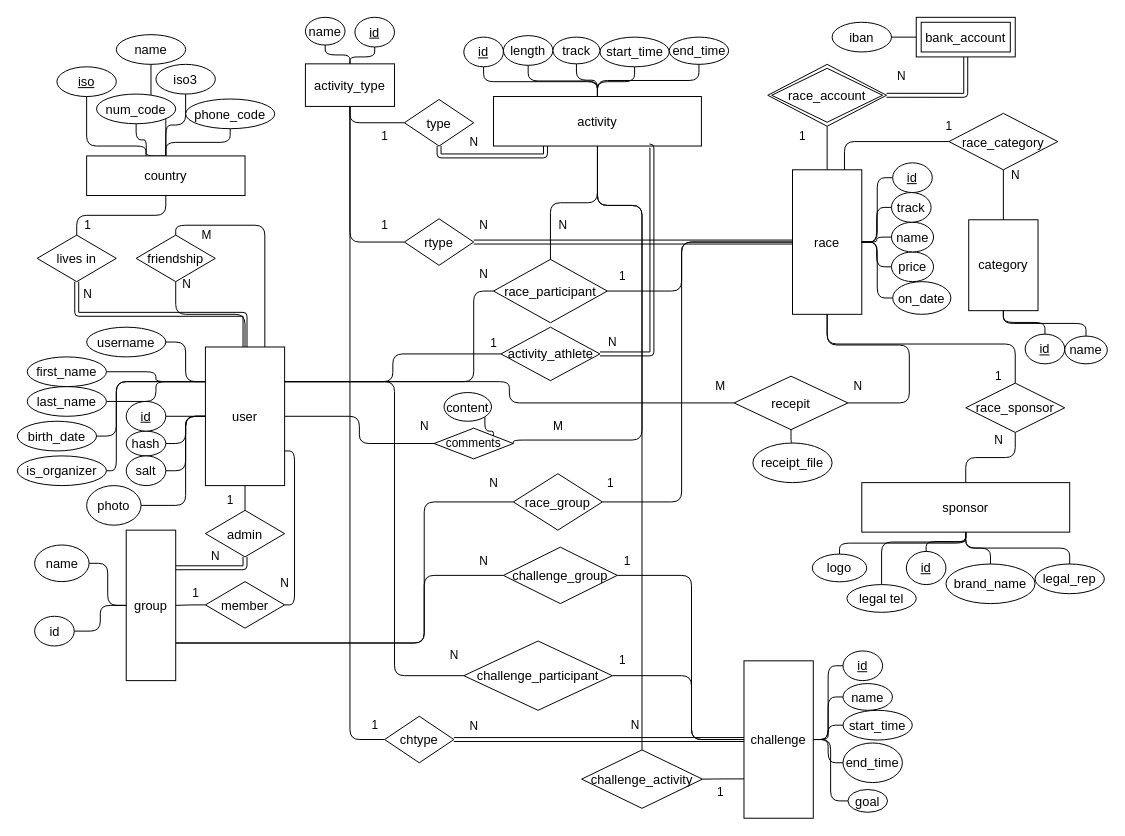
This is page "Conceptual" (3 of 3) of docs/diagramas.drawio from itcr3442/CE3101-StraviaTec, a draw.io file, before an edit. Source tidied: cells renumbered, new cells numbered last; positions are measured from the earlier drawing's top-left corner, leaving out a move shared by most shapes. Both pictures are drawn from the tidied source at 99%, with x=0, y=0 at pixel (17, 17).
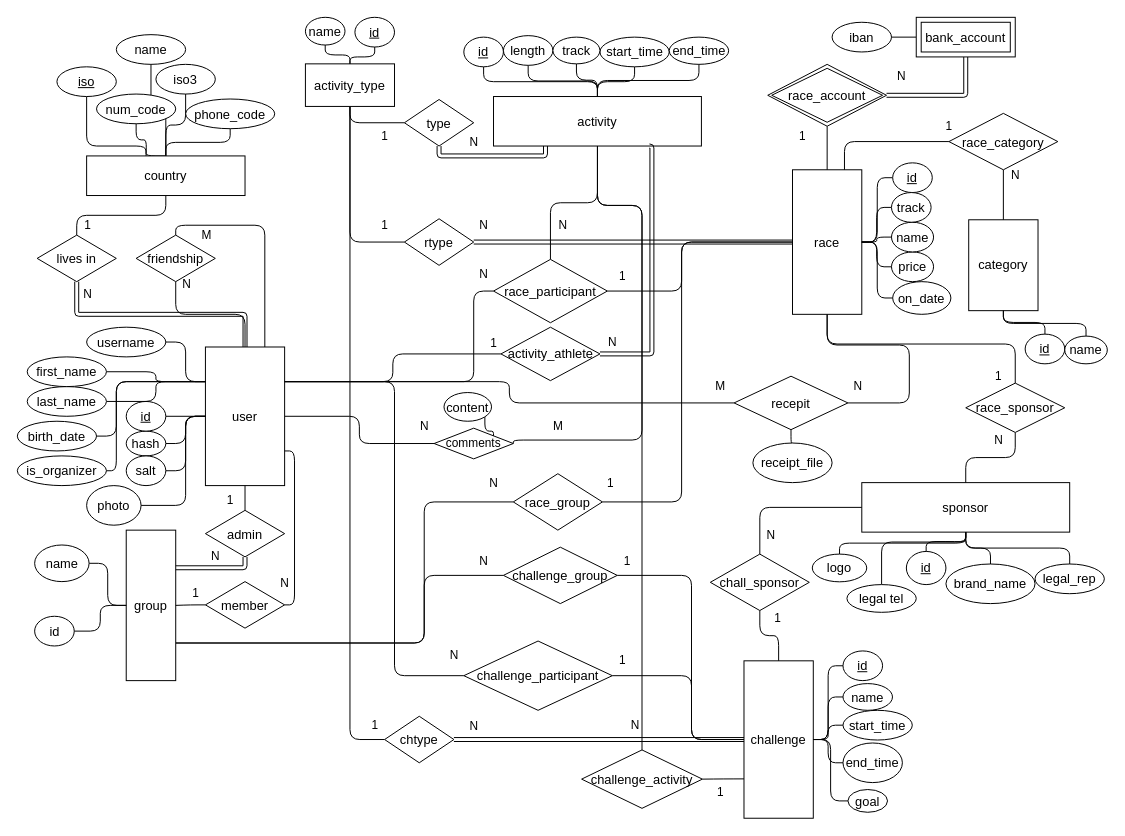
Above is the later version.

Unchanged cells that the change refers to:
```xml
<mxCell id="64" value="sponsor" style="rounded=0;whiteSpace=wrap;html=1;fontSize=13;" parent="1" vertex="1">
  <mxGeometry x="853" y="470" width="210" height="50" as="geometry" />
</mxCell>
<mxCell id="68" value="challenge" style="rounded=0;whiteSpace=wrap;html=1;fontSize=13;" parent="1" vertex="1">
  <mxGeometry x="734" y="650" width="70" height="159" as="geometry" />
</mxCell>
```

Change to the diagram source:
```diff
@@
+    <mxCell id="190" style="edgeStyle=orthogonalEdgeStyle;html=1;exitX=0.5;exitY=1;exitDx=0;exitDy=0;entryX=0.5;entryY=0;entryDx=0;entryDy=0;endArrow=none;endFill=0;" parent="1" edge="1" source="192" target="68">
+      <mxGeometry relative="1" as="geometry" />
+    </mxCell>
+    <mxCell id="191" style="edgeStyle=orthogonalEdgeStyle;html=1;exitX=0.5;exitY=0;exitDx=0;exitDy=0;entryX=0;entryY=0.5;entryDx=0;entryDy=0;endArrow=none;endFill=0;" parent="1" edge="1" source="192" target="64">
+      <mxGeometry relative="1" as="geometry" />
+    </mxCell>
+    <mxCell id="192" value="chall_sponsor" style="shape=rhombus;perimeter=rhombusPerimeter;whiteSpace=wrap;html=1;align=center;shadow=0;fontSize=13;strokeColor=default;gradientColor=none;" parent="1" vertex="1">
+      <mxGeometry x="700" y="542.2" width="100" height="57" as="geometry" />
+    </mxCell>
+    <mxCell id="193" value="N" style="text;html=1;align=center;verticalAlign=middle;strokeColor=none;fillColor=none;" parent="1" vertex="1">
+      <mxGeometry x="751" y="513" width="20" height="20" as="geometry" />
+    </mxCell>
+    <mxCell id="194" value="1" style="text;html=1;align=center;verticalAlign=middle;strokeColor=none;fillColor=none;" parent="1" vertex="1">
+      <mxGeometry x="758" y="597" width="20" height="20" as="geometry" />
+    </mxCell>
```
